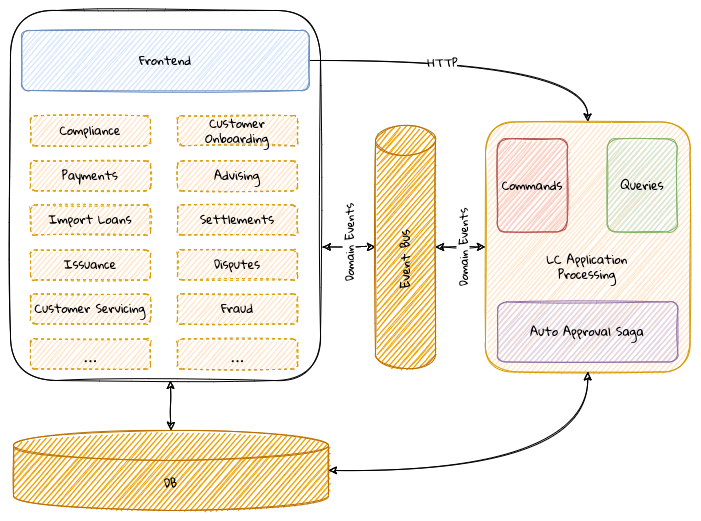
ddd-book-java/prem-website keeps this draw.io diagram as images/lc-application-monolith-stage-3.png. Above is the earlier version. Source tidied: cells renumbered, new cells last; positions are measured from the earlier drawing's top-left corner, leaving out a move shared by most shapes. Source of this version:
```xml
<mxGraphModel>
  <root>
    <mxCell id="0" />
    <mxCell id="1" parent="0" />
    <mxCell id="2" style="rounded=1;whiteSpace=wrap;html=1;sketch=1;fontFamily=Gloria Hallelujah;fontSource=https%3A%2F%2Ffonts.googleapis.com%2Fcss%3Ffamily%3DGloria%2BHallelujah;" parent="1" vertex="1">
      <mxGeometry width="310" height="370" as="geometry" />
    </mxCell>
    <mxCell id="3" style="edgeStyle=orthogonalEdgeStyle;curved=1;rounded=1;sketch=1;jettySize=auto;html=1;startArrow=classic;startFill=1;" parent="1" edge="1" target="7">
      <mxGeometry relative="1" as="geometry">
        <mxPoint x="160" y="370" as="sourcePoint" />
      </mxGeometry>
    </mxCell>
    <mxCell id="4" style="edgeStyle=orthogonalEdgeStyle;curved=1;rounded=1;sketch=1;jettySize=auto;html=1;entryX=0.5;entryY=0;entryDx=0;entryDy=0;fontFamily=Gloria Hallelujah;fontSource=https%3A%2F%2Ffonts.googleapis.com%2Fcss%3Ffamily%3DGloria%2BHallelujah;startArrow=none;startFill=0;" parent="1" edge="1" source="6" target="14">
      <mxGeometry relative="1" as="geometry" />
    </mxCell>
    <mxCell id="5" value="HTTP" style="edgeLabel;html=1;align=center;verticalAlign=middle;fontFamily=Gloria Hallelujah;" parent="4" vertex="1">
      <mxGeometry x="-0.22" y="-1" relative="1" as="geometry" />
    </mxCell>
    <mxCell id="6" value="Frontend" style="rounded=1;whiteSpace=wrap;html=1;sketch=1;fontFamily=Gloria Hallelujah;fontSource=https%3A%2F%2Ffonts.googleapis.com%2Fcss%3Ffamily%3DGloria%2BHallelujah;fillColor=#dae8fc;strokeColor=#6c8ebf;" parent="1" vertex="1">
      <mxGeometry x="11.2" y="20" width="287.5" height="60" as="geometry" />
    </mxCell>
    <mxCell id="7" value="DB" style="shape=cylinder3;whiteSpace=wrap;html=1;boundedLbl=1;backgroundOutline=1;size=15;sketch=1;rounded=1;fontFamily=Gloria Hallelujah;fontSource=https%3A%2F%2Ffonts.googleapis.com%2Fcss%3Ffamily%3DGloria%2BHallelujah;fillColor=#f0a30a;strokeColor=#BD7000;fontColor=#000000;" parent="1" vertex="1">
      <mxGeometry x="3" y="420" width="315" height="80" as="geometry" />
    </mxCell>
    <mxCell id="8" style="edgeStyle=orthogonalEdgeStyle;curved=1;rounded=1;sketch=1;jettySize=auto;html=1;exitX=0;exitY=0.5;exitDx=0;exitDy=0;exitPerimeter=0;entryX=1.006;entryY=0.639;entryDx=0;entryDy=0;entryPerimeter=0;fontFamily=Gloria Hallelujah;fontSource=https%3A%2F%2Ffonts.googleapis.com%2Fcss%3Ffamily%3DGloria%2BHallelujah;startArrow=classic;startFill=1;" parent="1" edge="1" source="12" target="2">
      <mxGeometry relative="1" as="geometry" />
    </mxCell>
    <mxCell id="9" value="Domain Events" style="edgeLabel;html=1;align=center;verticalAlign=middle;fontFamily=Gloria Hallelujah;horizontal=0;" parent="8" vertex="1">
      <mxGeometry x="0.02" y="-3" relative="1" as="geometry" />
    </mxCell>
    <mxCell id="10" style="edgeStyle=orthogonalEdgeStyle;curved=1;rounded=1;sketch=1;jettySize=auto;html=1;fontFamily=Gloria Hallelujah;fontSource=https%3A%2F%2Ffonts.googleapis.com%2Fcss%3Ffamily%3DGloria%2BHallelujah;startArrow=classic;startFill=1;" parent="1" edge="1" source="12" target="14">
      <mxGeometry relative="1" as="geometry" />
    </mxCell>
    <mxCell id="11" value="Domain Events" style="edgeLabel;html=1;align=center;verticalAlign=middle;fontFamily=Gloria Hallelujah;horizontal=0;" parent="10" vertex="1">
      <mxGeometry x="0.08" y="-1" relative="1" as="geometry" />
    </mxCell>
    <mxCell id="12" value="Event Bus" style="shape=cylinder3;whiteSpace=wrap;html=1;boundedLbl=1;backgroundOutline=1;size=15;rounded=1;sketch=1;fontFamily=Gloria Hallelujah;fontSource=https%3A%2F%2Ffonts.googleapis.com%2Fcss%3Ffamily%3DGloria%2BHallelujah;fillColor=#f0a30a;strokeColor=#BD7000;fontColor=#000000;horizontal=0;rotation=0;" parent="1" vertex="1">
      <mxGeometry x="365" y="114.9" width="60" height="243.1" as="geometry" />
    </mxCell>
    <mxCell id="13" style="group;" parent="1" vertex="1">
      <mxGeometry x="475" y="111.4" width="204.5" height="250" as="geometry" />
    </mxCell>
    <mxCell id="14" style="rounded=1;whiteSpace=wrap;html=1;sketch=1;fontFamily=Gloria Hallelujah;fontSource=https%3A%2F%2Ffonts.googleapis.com%2Fcss%3Ffamily%3DGloria%2BHallelujah;fillColor=#ffe6cc;strokeColor=#d79b00;" parent="13" vertex="1">
      <mxGeometry width="204.5" height="250" as="geometry" />
    </mxCell>
    <mxCell id="15" value="Commands" style="rounded=1;whiteSpace=wrap;html=1;sketch=1;fontFamily=Gloria Hallelujah;fontSource=https%3A%2F%2Ffonts.googleapis.com%2Fcss%3Ffamily%3DGloria%2BHallelujah;fillColor=#f8cecc;strokeColor=#b85450;" parent="13" vertex="1">
      <mxGeometry x="11.8" y="16.9" width="70" height="93.1" as="geometry" />
    </mxCell>
    <mxCell id="16" value="Queries" style="rounded=1;whiteSpace=wrap;html=1;sketch=1;fontFamily=Gloria Hallelujah;fontSource=https%3A%2F%2Ffonts.googleapis.com%2Fcss%3Ffamily%3DGloria%2BHallelujah;fillColor=#d5e8d4;strokeColor=#82b366;" parent="13" vertex="1">
      <mxGeometry x="121.8" y="16.9" width="70" height="93.1" as="geometry" />
    </mxCell>
    <mxCell id="17" value="Auto Approval Saga" style="rounded=1;whiteSpace=wrap;html=1;sketch=1;fontFamily=Gloria Hallelujah;fontSource=https%3A%2F%2Ffonts.googleapis.com%2Fcss%3Ffamily%3DGloria%2BHallelujah;fillColor=#e1d5e7;strokeColor=#9673a6;" parent="13" vertex="1">
      <mxGeometry x="12.2" y="180" width="180" height="60" as="geometry" />
    </mxCell>
    <mxCell id="18" value="LC Application Processing" style="text;html=1;strokeColor=none;fillColor=none;align=center;verticalAlign=middle;whiteSpace=wrap;rounded=1;sketch=1;fontFamily=Gloria Hallelujah;fontSource=https%3A%2F%2Ffonts.googleapis.com%2Fcss%3Ffamily%3DGloria%2BHallelujah;" parent="13" vertex="1">
      <mxGeometry x="57.2" y="130" width="90" height="30" as="geometry" />
    </mxCell>
    <mxCell id="19" style="group;" parent="1" vertex="1">
      <mxGeometry x="20" y="105.3" width="267" height="253.1" as="geometry" />
    </mxCell>
    <mxCell id="20" value="Compliance" style="rounded=1;whiteSpace=wrap;html=1;sketch=1;fontFamily=Gloria Hallelujah;fontSource=https%3A%2F%2Ffonts.googleapis.com%2Fcss%3Ffamily%3DGloria%2BHallelujah;fillColor=#ffe6cc;strokeColor=#d79b00;dashed=1;" parent="19" vertex="1">
      <mxGeometry width="120" height="30" as="geometry" />
    </mxCell>
    <mxCell id="21" value="Customer Onboarding" style="rounded=1;whiteSpace=wrap;html=1;sketch=1;fontFamily=Gloria Hallelujah;fontSource=https%3A%2F%2Ffonts.googleapis.com%2Fcss%3Ffamily%3DGloria%2BHallelujah;fillColor=#ffe6cc;strokeColor=#d79b00;dashed=1;" parent="19" vertex="1">
      <mxGeometry x="147" width="120" height="30" as="geometry" />
    </mxCell>
    <mxCell id="22" value="Import Loans" style="rounded=1;whiteSpace=wrap;html=1;sketch=1;fontFamily=Gloria Hallelujah;fontSource=https%3A%2F%2Ffonts.googleapis.com%2Fcss%3Ffamily%3DGloria%2BHallelujah;fillColor=#ffe6cc;strokeColor=#d79b00;dashed=1;" parent="19" vertex="1">
      <mxGeometry y="89.1" width="120" height="30" as="geometry" />
    </mxCell>
    <mxCell id="23" value="Advising" style="rounded=1;whiteSpace=wrap;html=1;sketch=1;fontFamily=Gloria Hallelujah;fontSource=https%3A%2F%2Ffonts.googleapis.com%2Fcss%3Ffamily%3DGloria%2BHallelujah;fillColor=#ffe6cc;strokeColor=#d79b00;dashed=1;" parent="19" vertex="1">
      <mxGeometry x="147" y="45.1" width="120" height="30" as="geometry" />
    </mxCell>
    <mxCell id="24" value="Settlements" style="rounded=1;whiteSpace=wrap;html=1;sketch=1;fontFamily=Gloria Hallelujah;fontSource=https%3A%2F%2Ffonts.googleapis.com%2Fcss%3Ffamily%3DGloria%2BHallelujah;fillColor=#ffe6cc;strokeColor=#d79b00;dashed=1;" parent="19" vertex="1">
      <mxGeometry x="147" y="89.1" width="120" height="30" as="geometry" />
    </mxCell>
    <mxCell id="25" value="Payments" style="rounded=1;whiteSpace=wrap;html=1;sketch=1;fontFamily=Gloria Hallelujah;fontSource=https%3A%2F%2Ffonts.googleapis.com%2Fcss%3Ffamily%3DGloria%2BHallelujah;fillColor=#ffe6cc;strokeColor=#d79b00;dashed=1;" parent="19" vertex="1">
      <mxGeometry y="45.1" width="120" height="30" as="geometry" />
    </mxCell>
    <mxCell id="26" value="Issuance" style="rounded=1;whiteSpace=wrap;html=1;sketch=1;fontFamily=Gloria Hallelujah;fontSource=https%3A%2F%2Ffonts.googleapis.com%2Fcss%3Ffamily%3DGloria%2BHallelujah;fillColor=#ffe6cc;strokeColor=#d79b00;dashed=1;" parent="19" vertex="1">
      <mxGeometry y="134.1" width="120" height="30" as="geometry" />
    </mxCell>
    <mxCell id="27" value="Disputes" style="rounded=1;whiteSpace=wrap;html=1;sketch=1;fontFamily=Gloria Hallelujah;fontSource=https%3A%2F%2Ffonts.googleapis.com%2Fcss%3Ffamily%3DGloria%2BHallelujah;fillColor=#ffe6cc;strokeColor=#d79b00;dashed=1;" parent="19" vertex="1">
      <mxGeometry x="147" y="134.1" width="120" height="30" as="geometry" />
    </mxCell>
    <mxCell id="28" value="Fraud" style="rounded=1;whiteSpace=wrap;html=1;sketch=1;fontFamily=Gloria Hallelujah;fontSource=https%3A%2F%2Ffonts.googleapis.com%2Fcss%3Ffamily%3DGloria%2BHallelujah;fillColor=#ffe6cc;strokeColor=#d79b00;dashed=1;" parent="19" vertex="1">
      <mxGeometry x="147" y="178.1" width="120" height="30" as="geometry" />
    </mxCell>
    <mxCell id="29" value="Customer Servicing" style="rounded=1;whiteSpace=wrap;html=1;sketch=1;fontFamily=Gloria Hallelujah;fontSource=https%3A%2F%2Ffonts.googleapis.com%2Fcss%3Ffamily%3DGloria%2BHallelujah;fillColor=#ffe6cc;strokeColor=#d79b00;dashed=1;" parent="19" vertex="1">
      <mxGeometry y="178.1" width="120" height="30" as="geometry" />
    </mxCell>
    <mxCell id="30" value="&lt;font style=&quot;font-size: 21px&quot;&gt;...&lt;/font&gt;" style="rounded=1;whiteSpace=wrap;html=1;sketch=1;fontFamily=Gloria Hallelujah;fontSource=https%3A%2F%2Ffonts.googleapis.com%2Fcss%3Ffamily%3DGloria%2BHallelujah;fillColor=#ffe6cc;strokeColor=#d79b00;dashed=1;" parent="19" vertex="1">
      <mxGeometry y="223.1" width="120" height="30" as="geometry" />
    </mxCell>
    <mxCell id="31" value="&lt;font style=&quot;font-size: 21px&quot;&gt;...&lt;/font&gt;" style="rounded=1;whiteSpace=wrap;html=1;sketch=1;fontFamily=Gloria Hallelujah;fontSource=https%3A%2F%2Ffonts.googleapis.com%2Fcss%3Ffamily%3DGloria%2BHallelujah;fillColor=#ffe6cc;strokeColor=#d79b00;dashed=1;" parent="19" vertex="1">
      <mxGeometry x="147" y="223.1" width="120" height="30" as="geometry" />
    </mxCell>
    <mxCell id="32" style="edgeStyle=orthogonalEdgeStyle;curved=1;rounded=1;sketch=1;jettySize=auto;html=1;entryX=1;entryY=0.5;entryDx=0;entryDy=0;entryPerimeter=0;fontFamily=Gloria Hallelujah;fontSource=https%3A%2F%2Ffonts.googleapis.com%2Fcss%3Ffamily%3DGloria%2BHallelujah;startArrow=classic;startFill=1;exitX=0.5;exitY=1;exitDx=0;exitDy=0;" parent="1" edge="1" source="14" target="7">
      <mxGeometry relative="1" as="geometry" />
    </mxCell>
  </root>
</mxGraphModel>
```
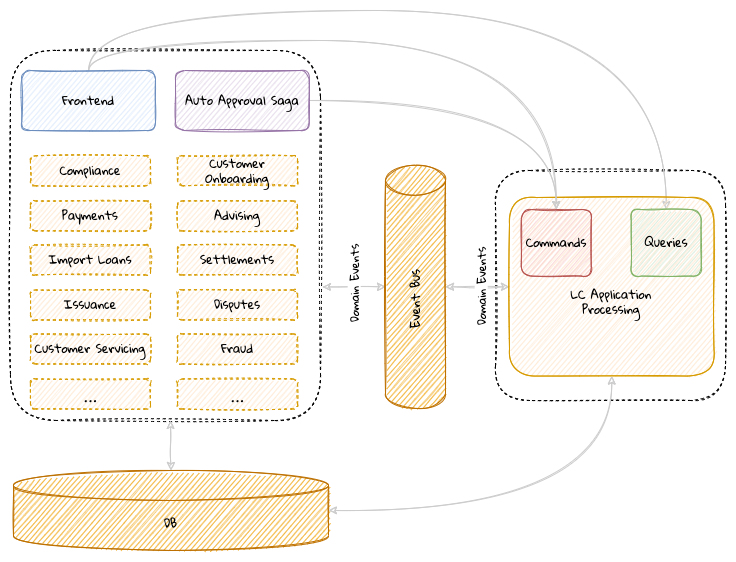
Above is the later version.

Change to the diagram source:
```diff
@@ -2,58 +2,68 @@
   <root>
     <mxCell id="0" />
     <mxCell id="1" parent="0" />
+    <mxCell id="33" style="rounded=1;whiteSpace=wrap;html=1;sketch=1;fontFamily=Gloria Hallelujah;fontSource=https%3A%2F%2Ffonts.googleapis.com%2Fcss%3Ffamily%3DGloria%2BHallelujah;dashed=1;strokeColor=#000000;" parent="1" vertex="1">
+      <mxGeometry x="485" y="120" width="230" height="230" as="geometry" />
+    </mxCell>
-    <mxCell id="2" style="rounded=1;whiteSpace=wrap;html=1;sketch=1;fontFamily=Gloria Hallelujah;fontSource=https%3A%2F%2Ffonts.googleapis.com%2Fcss%3Ffamily%3DGloria%2BHallelujah;" parent="1" vertex="1">
+    <mxCell id="2" style="rounded=1;whiteSpace=wrap;html=1;sketch=1;fontFamily=Gloria Hallelujah;fontSource=https%3A%2F%2Ffonts.googleapis.com%2Fcss%3Ffamily%3DGloria%2BHallelujah;dashed=1;strokeColor=#000000;" parent="1" vertex="1">
       <mxGeometry width="310" height="370" as="geometry" />
     </mxCell>
-    <mxCell id="3" style="edgeStyle=orthogonalEdgeStyle;curved=1;rounded=1;sketch=1;jettySize=auto;html=1;startArrow=classic;startFill=1;" parent="1" edge="1" target="7">
+    <mxCell id="3" style="edgeStyle=orthogonalEdgeStyle;curved=1;rounded=1;sketch=1;jettySize=auto;html=1;startArrow=classic;startFill=1;strokeColor=#CCCCCC;" parent="1" edge="1" target="7">
       <mxGeometry relative="1" as="geometry">
         <mxPoint x="160" y="370" as="sourcePoint" />
       </mxGeometry>
     </mxCell>
-    <mxCell id="4" style="edgeStyle=orthogonalEdgeStyle;curved=1;rounded=1;sketch=1;jettySize=auto;html=1;entryX=0.5;entryY=0;entryDx=0;entryDy=0;fontFamily=Gloria Hallelujah;fontSource=https%3A%2F%2Ffonts.googleapis.com%2Fcss%3Ffamily%3DGloria%2BHallelujah;startArrow=none;startFill=0;" parent="1" edge="1" source="6" target="14">
-      <mxGeometry relative="1" as="geometry" />
-    </mxCell>
-    <mxCell id="5" value="HTTP" style="edgeLabel;html=1;align=center;verticalAlign=middle;fontFamily=Gloria Hallelujah;" parent="4" vertex="1">
-      <mxGeometry x="-0.22" y="-1" relative="1" as="geometry" />
-    </mxCell>
+    <mxCell id="34" style="edgeStyle=orthogonalEdgeStyle;curved=1;rounded=1;sketch=1;jettySize=auto;html=1;entryX=0.5;entryY=0;entryDx=0;entryDy=0;fontFamily=Gloria Hallelujah;fontSource=https%3A%2F%2Ffonts.googleapis.com%2Fcss%3Ffamily%3DGloria%2BHallelujah;fontSize=11;startArrow=none;startFill=0;endArrow=classic;endFill=1;strokeColor=#CCCCCC;" parent="1" edge="1" source="6" target="15">
+      <mxGeometry relative="1" as="geometry">
+        <Array as="points">
+          <mxPoint x="78" y="-10" />
+          <mxPoint x="546" y="-10" />
+        </Array>
+      </mxGeometry>
+    </mxCell>
+    <mxCell id="35" style="edgeStyle=orthogonalEdgeStyle;curved=1;rounded=1;sketch=1;jettySize=auto;html=1;exitX=0.5;exitY=0;exitDx=0;exitDy=0;entryX=0.5;entryY=0;entryDx=0;entryDy=0;fontFamily=Gloria Hallelujah;fontSource=https%3A%2F%2Ffonts.googleapis.com%2Fcss%3Ffamily%3DGloria%2BHallelujah;fontSize=16;fontColor=#999999;startArrow=none;startFill=0;endArrow=classic;endFill=1;strokeColor=#CCCCCC;" parent="1" edge="1" source="6" target="16">
+      <mxGeometry relative="1" as="geometry">
+        <Array as="points">
+          <mxPoint x="78" y="-40" />
+          <mxPoint x="656" y="-40" />
+        </Array>
+      </mxGeometry>
+    </mxCell>
     <mxCell id="6" value="Frontend" style="rounded=1;whiteSpace=wrap;html=1;sketch=1;fontFamily=Gloria Hallelujah;fontSource=https%3A%2F%2Ffonts.googleapis.com%2Fcss%3Ffamily%3DGloria%2BHallelujah;fillColor=#dae8fc;strokeColor=#6c8ebf;" parent="1" vertex="1">
-      <mxGeometry x="11.2" y="20" width="287.5" height="60" as="geometry" />
+      <mxGeometry x="11.2" y="20" width="133.8" height="60" as="geometry" />
     </mxCell>
     <mxCell id="7" value="DB" style="shape=cylinder3;whiteSpace=wrap;html=1;boundedLbl=1;backgroundOutline=1;size=15;sketch=1;rounded=1;fontFamily=Gloria Hallelujah;fontSource=https%3A%2F%2Ffonts.googleapis.com%2Fcss%3Ffamily%3DGloria%2BHallelujah;fillColor=#f0a30a;strokeColor=#BD7000;fontColor=#000000;" parent="1" vertex="1">
       <mxGeometry x="3" y="420" width="315" height="80" as="geometry" />
     </mxCell>
-    <mxCell id="8" style="edgeStyle=orthogonalEdgeStyle;curved=1;rounded=1;sketch=1;jettySize=auto;html=1;exitX=0;exitY=0.5;exitDx=0;exitDy=0;exitPerimeter=0;entryX=1.006;entryY=0.639;entryDx=0;entryDy=0;entryPerimeter=0;fontFamily=Gloria Hallelujah;fontSource=https%3A%2F%2Ffonts.googleapis.com%2Fcss%3Ffamily%3DGloria%2BHallelujah;startArrow=classic;startFill=1;" parent="1" edge="1" source="12" target="2">
+    <mxCell id="8" style="edgeStyle=orthogonalEdgeStyle;curved=1;rounded=1;sketch=1;jettySize=auto;html=1;exitX=0;exitY=0.5;exitDx=0;exitDy=0;exitPerimeter=0;entryX=1.006;entryY=0.639;entryDx=0;entryDy=0;entryPerimeter=0;fontFamily=Gloria Hallelujah;fontSource=https%3A%2F%2Ffonts.googleapis.com%2Fcss%3Ffamily%3DGloria%2BHallelujah;startArrow=classic;startFill=1;strokeColor=#CCCCCC;" parent="1" edge="1" source="12" target="2">
       <mxGeometry relative="1" as="geometry" />
     </mxCell>
     <mxCell id="9" value="Domain Events" style="edgeLabel;html=1;align=center;verticalAlign=middle;fontFamily=Gloria Hallelujah;horizontal=0;" parent="8" vertex="1">
       <mxGeometry x="0.02" y="-3" relative="1" as="geometry" />
     </mxCell>
-    <mxCell id="10" style="edgeStyle=orthogonalEdgeStyle;curved=1;rounded=1;sketch=1;jettySize=auto;html=1;fontFamily=Gloria Hallelujah;fontSource=https%3A%2F%2Ffonts.googleapis.com%2Fcss%3Ffamily%3DGloria%2BHallelujah;startArrow=classic;startFill=1;" parent="1" edge="1" source="12" target="14">
+    <mxCell id="10" style="edgeStyle=orthogonalEdgeStyle;curved=1;rounded=1;sketch=1;jettySize=auto;html=1;fontFamily=Gloria Hallelujah;fontSource=https%3A%2F%2Ffonts.googleapis.com%2Fcss%3Ffamily%3DGloria%2BHallelujah;startArrow=classic;startFill=1;strokeColor=#CCCCCC;" parent="1" edge="1" source="12" target="14">
       <mxGeometry relative="1" as="geometry" />
     </mxCell>
     <mxCell id="11" value="Domain Events" style="edgeLabel;html=1;align=center;verticalAlign=middle;fontFamily=Gloria Hallelujah;horizontal=0;" parent="10" vertex="1">
       <mxGeometry x="0.08" y="-1" relative="1" as="geometry" />
     </mxCell>
     <mxCell id="12" value="Event Bus" style="shape=cylinder3;whiteSpace=wrap;html=1;boundedLbl=1;backgroundOutline=1;size=15;rounded=1;sketch=1;fontFamily=Gloria Hallelujah;fontSource=https%3A%2F%2Ffonts.googleapis.com%2Fcss%3Ffamily%3DGloria%2BHallelujah;fillColor=#f0a30a;strokeColor=#BD7000;fontColor=#000000;horizontal=0;rotation=0;" parent="1" vertex="1">
-      <mxGeometry x="365" y="114.9" width="60" height="243.1" as="geometry" />
+      <mxGeometry x="375" y="114.7" width="60" height="243.1" as="geometry" />
     </mxCell>
     <mxCell id="13" style="group;" parent="1" vertex="1">
-      <mxGeometry x="475" y="111.4" width="204.5" height="250" as="geometry" />
+      <mxGeometry x="499" y="147" width="204.5" height="178.6" as="geometry" />
     </mxCell>
     <mxCell id="14" style="rounded=1;whiteSpace=wrap;html=1;sketch=1;fontFamily=Gloria Hallelujah;fontSource=https%3A%2F%2Ffonts.googleapis.com%2Fcss%3Ffamily%3DGloria%2BHallelujah;fillColor=#ffe6cc;strokeColor=#d79b00;" parent="13" vertex="1">
-      <mxGeometry width="204.5" height="250" as="geometry" />
+      <mxGeometry width="204.5" height="178.6" as="geometry" />
     </mxCell>
     <mxCell id="15" value="Commands" style="rounded=1;whiteSpace=wrap;html=1;sketch=1;fontFamily=Gloria Hallelujah;fontSource=https%3A%2F%2Ffonts.googleapis.com%2Fcss%3Ffamily%3DGloria%2BHallelujah;fillColor=#f8cecc;strokeColor=#b85450;" parent="13" vertex="1">
-      <mxGeometry x="11.8" y="16.9" width="70" height="93.1" as="geometry" />
+      <mxGeometry x="11.8" y="12.1" width="70" height="66.5" as="geometry" />
     </mxCell>
     <mxCell id="16" value="Queries" style="rounded=1;whiteSpace=wrap;html=1;sketch=1;fontFamily=Gloria Hallelujah;fontSource=https%3A%2F%2Ffonts.googleapis.com%2Fcss%3Ffamily%3DGloria%2BHallelujah;fillColor=#d5e8d4;strokeColor=#82b366;" parent="13" vertex="1">
-      <mxGeometry x="121.8" y="16.9" width="70" height="93.1" as="geometry" />
+      <mxGeometry x="121.8" y="12.1" width="70" height="66.5" as="geometry" />
     </mxCell>
-    <mxCell id="17" value="Auto Approval Saga" style="rounded=1;whiteSpace=wrap;html=1;sketch=1;fontFamily=Gloria Hallelujah;fontSource=https%3A%2F%2Ffonts.googleapis.com%2Fcss%3Ffamily%3DGloria%2BHallelujah;fillColor=#e1d5e7;strokeColor=#9673a6;" parent="13" vertex="1">
-      <mxGeometry x="12.2" y="180" width="180" height="60" as="geometry" />
-    </mxCell>
     <mxCell id="18" value="LC Application Processing" style="text;html=1;strokeColor=none;fillColor=none;align=center;verticalAlign=middle;whiteSpace=wrap;rounded=1;sketch=1;fontFamily=Gloria Hallelujah;fontSource=https%3A%2F%2Ffonts.googleapis.com%2Fcss%3Ffamily%3DGloria%2BHallelujah;" parent="13" vertex="1">
-      <mxGeometry x="57.2" y="130" width="90" height="30" as="geometry" />
+      <mxGeometry x="57.2" y="92.9" width="90" height="21.4" as="geometry" />
     </mxCell>
     <mxCell id="19" style="group;" parent="1" vertex="1">
       <mxGeometry x="20" y="105.3" width="267" height="253.1" as="geometry" />
@@ -94,8 +104,14 @@
     <mxCell id="31" value="&lt;font style=&quot;font-size: 21px&quot;&gt;...&lt;/font&gt;" style="rounded=1;whiteSpace=wrap;html=1;sketch=1;fontFamily=Gloria Hallelujah;fontSource=https%3A%2F%2Ffonts.googleapis.com%2Fcss%3Ffamily%3DGloria%2BHallelujah;fillColor=#ffe6cc;strokeColor=#d79b00;dashed=1;" parent="19" vertex="1">
       <mxGeometry x="147" y="223.1" width="120" height="30" as="geometry" />
     </mxCell>
-    <mxCell id="32" style="edgeStyle=orthogonalEdgeStyle;curved=1;rounded=1;sketch=1;jettySize=auto;html=1;entryX=1;entryY=0.5;entryDx=0;entryDy=0;entryPerimeter=0;fontFamily=Gloria Hallelujah;fontSource=https%3A%2F%2Ffonts.googleapis.com%2Fcss%3Ffamily%3DGloria%2BHallelujah;startArrow=classic;startFill=1;exitX=0.5;exitY=1;exitDx=0;exitDy=0;" parent="1" edge="1" source="14" target="7">
+    <mxCell id="32" style="edgeStyle=orthogonalEdgeStyle;curved=1;rounded=1;sketch=1;jettySize=auto;html=1;entryX=1;entryY=0.5;entryDx=0;entryDy=0;entryPerimeter=0;fontFamily=Gloria Hallelujah;fontSource=https%3A%2F%2Ffonts.googleapis.com%2Fcss%3Ffamily%3DGloria%2BHallelujah;startArrow=classic;startFill=1;exitX=0.5;exitY=1;exitDx=0;exitDy=0;strokeColor=#CCCCCC;" parent="1" edge="1" source="14" target="7">
       <mxGeometry relative="1" as="geometry" />
     </mxCell>
+    <mxCell id="36" style="edgeStyle=orthogonalEdgeStyle;curved=1;rounded=1;sketch=1;jettySize=auto;html=1;entryX=0.5;entryY=0;entryDx=0;entryDy=0;fontFamily=Gloria Hallelujah;fontSource=https%3A%2F%2Ffonts.googleapis.com%2Fcss%3Ffamily%3DGloria%2BHallelujah;fontSize=16;fontColor=#999999;startArrow=none;startFill=0;endArrow=classic;endFill=1;strokeColor=#CCCCCC;" parent="1" edge="1" source="17" target="15">
+      <mxGeometry relative="1" as="geometry" />
+    </mxCell>
+    <mxCell id="17" value="Auto Approval Saga" style="rounded=1;whiteSpace=wrap;html=1;sketch=1;fontFamily=Gloria Hallelujah;fontSource=https%3A%2F%2Ffonts.googleapis.com%2Fcss%3Ffamily%3DGloria%2BHallelujah;fillColor=#e1d5e7;strokeColor=#9673a6;" parent="1" vertex="1">
+      <mxGeometry x="165" y="20" width="133.8" height="60" as="geometry" />
+    </mxCell>
   </root>
 </mxGraphModel>
```
